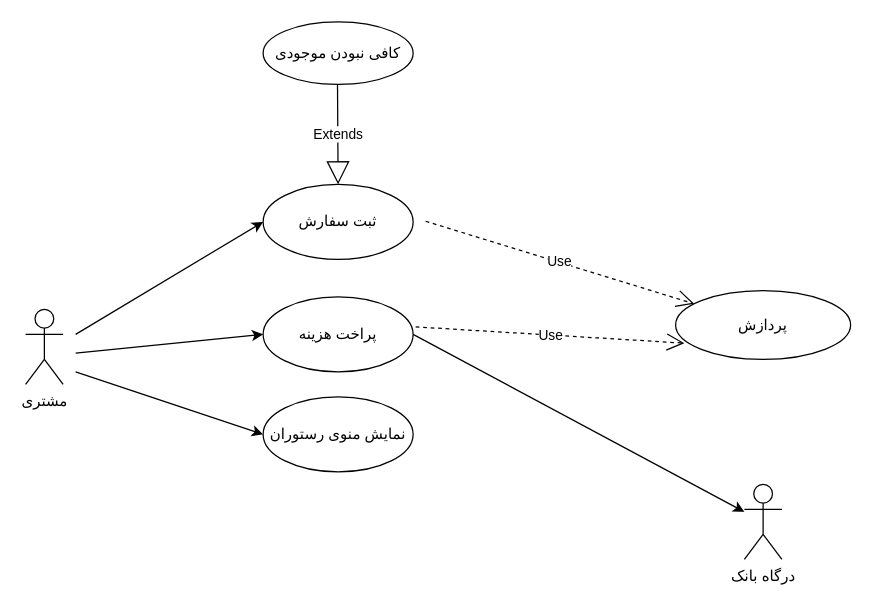
Earlier version of the draw.io diagram use-case-diagram-client.drawio (Saeed-hajizade/Software-Engineering-Project). Source tidied: cells renumbered, new cells numbered last; positions are measured from the earlier drawing's top-left corner, leaving out a move shared by most shapes. Both pictures are drawn from the tidied source at 125%, with x=0, y=0 at pixel (25, 21).
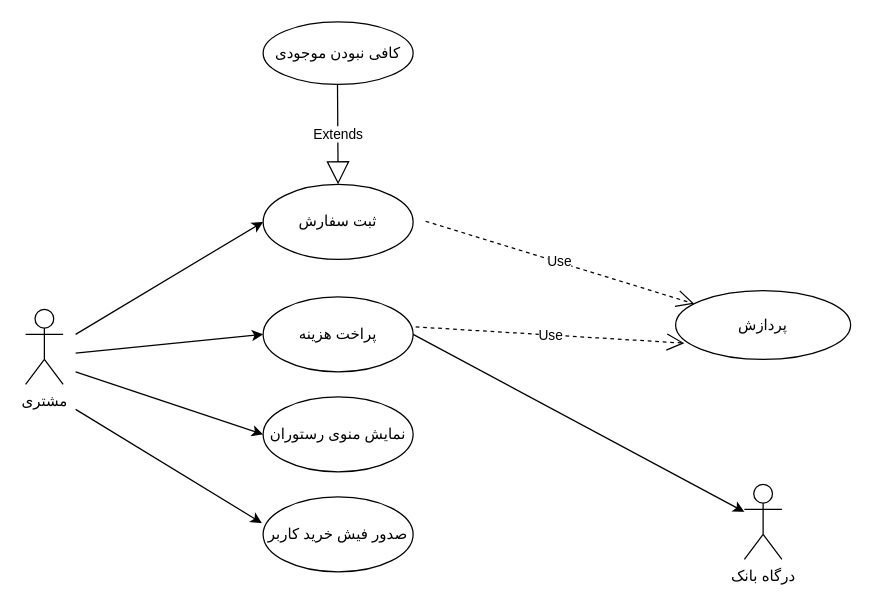
The same diagram, later.

What changed in the source:
```diff
@@
+    <mxCell id="16" style="endArrow=classic;html=1;entryX=-0.008;entryY=0.35;entryDx=0;entryDy=0;entryPerimeter=0;" parent="1" edge="1" target="17">
+      <mxGeometry relative="1" as="geometry">
+        <mxPoint x="40" y="310" as="sourcePoint" />
+      </mxGeometry>
+    </mxCell>
+    <mxCell id="17" value="صدور فیش خرید کاربر" style="ellipse;whiteSpace=wrap;html=1;" parent="1" vertex="1">
+      <mxGeometry x="190" y="380" width="120" height="60" as="geometry" />
+    </mxCell>
```
